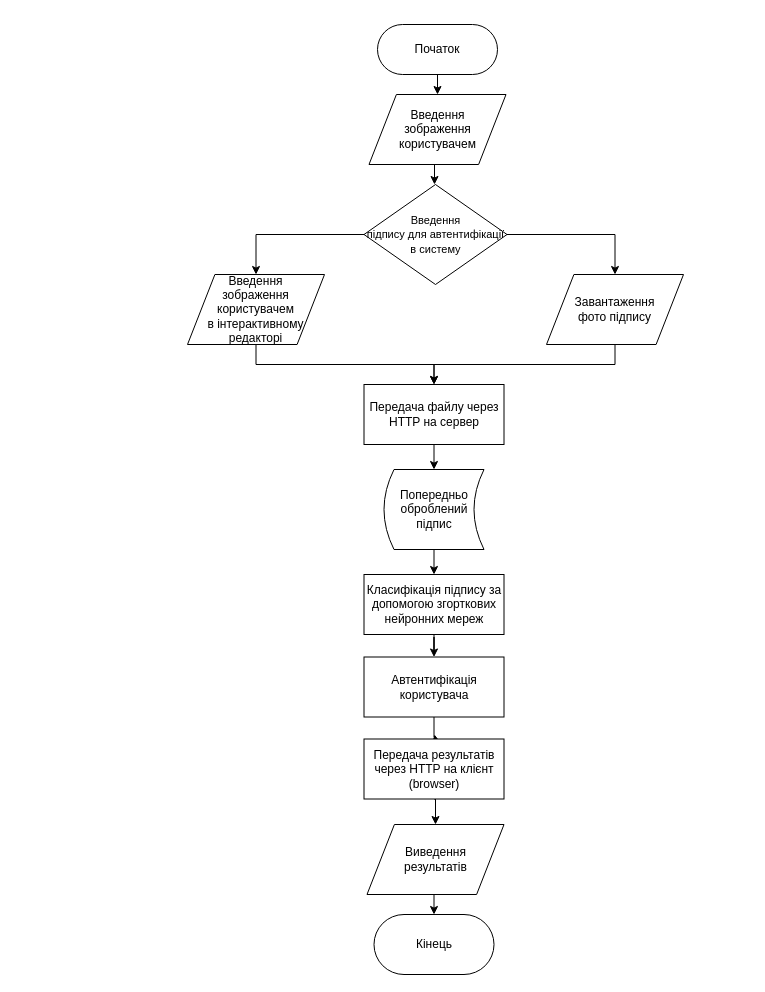
Pavlo-Olshansky/Python keeps this draw.io diagram as signature_lifecycle.drawio. Above is the earlier version. Source tidied: cells renumbered, new cells numbered last; positions are measured from the earlier drawing's top-left corner, leaving out a move shared by most shapes. Both pictures are drawn from the tidied source at 100%, with x=0, y=0 at pixel (187, 24).
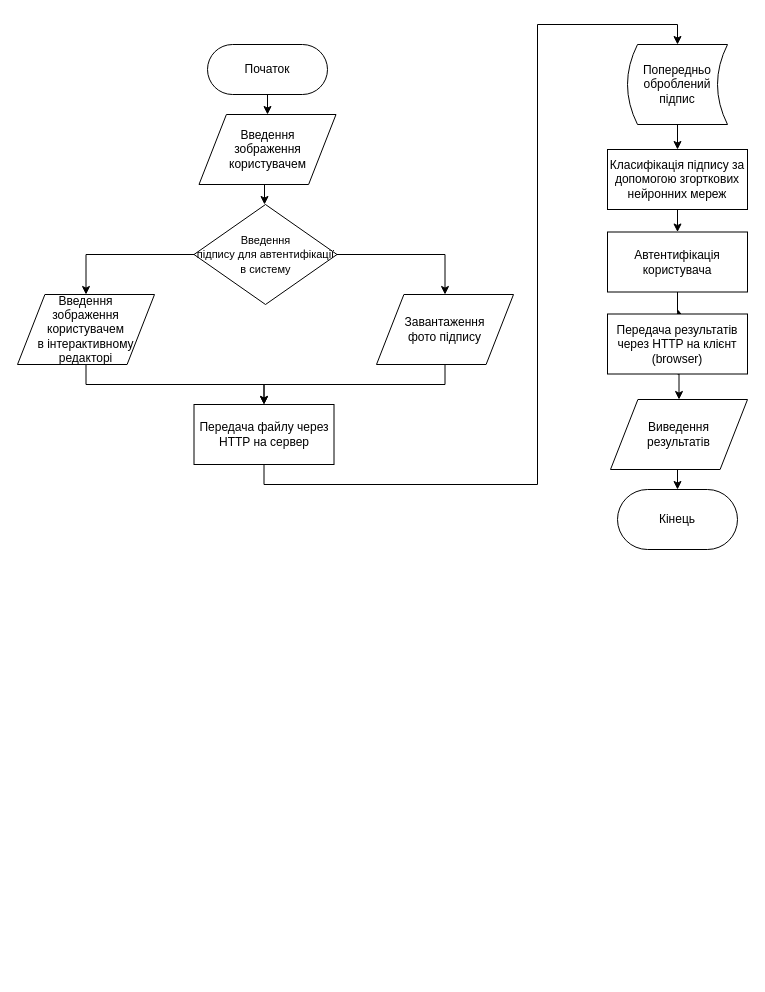
After the change.

What changed in the source:
```diff
@@
     <mxCell id="3" value="Попередньо оброблений підпис" style="shape=dataStorage;whiteSpace=wrap;html=1;" parent="1" vertex="1">
-      <mxGeometry x="196.5" y="445" width="100" height="80" as="geometry" />
+      <mxGeometry x="440" y="20" width="100" height="80" as="geometry" />
     </mxCell>
-    <mxCell id="4" style="edgeStyle=orthogonalEdgeStyle;rounded=0;jettySize=auto;html=1;exitX=0.5;exitY=1;exitDx=0;exitDy=0;entryX=0.5;entryY=0;entryDx=0;entryDy=0;" parent="1" edge="1" target="3">
+    <mxCell id="4" style="edgeStyle=orthogonalEdgeStyle;rounded=0;jettySize=auto;html=1;exitX=0.5;exitY=1;exitDx=0;exitDy=0;entryX=0.5;entryY=0;entryDx=0;entryDy=0;" parent="1" edge="1" source="19" target="3">
       <mxGeometry relative="1" as="geometry">
-        <mxPoint x="247" y="390" as="sourcePoint" />
+        <Array as="points">
+          <mxPoint x="77" y="460" />
+          <mxPoint x="350" y="460" />
+          <mxPoint x="350" />
+          <mxPoint x="490" />
+        </Array>
       </mxGeometry>
     </mxCell>
@@
     <mxCell id="6" value="Класифікація підпису за допомогою згорткових нейронних мереж" style="rounded=0;whiteSpace=wrap;html=1;" parent="1" vertex="1">
-      <mxGeometry x="176.5" y="550" width="140" height="60" as="geometry" />
+      <mxGeometry x="420" y="125" width="140" height="60" as="geometry" />
     </mxCell>
     <mxCell id="7" style="edgeStyle=orthogonalEdgeStyle;rounded=0;jettySize=auto;html=1;" parent="1" edge="1" source="8">
       <mxGeometry relative="1" as="geometry">
-        <mxPoint x="247" y="710" as="targetPoint" />
+        <mxPoint x="490.5" y="285" as="targetPoint" />
       </mxGeometry>
     </mxCell>
     <mxCell id="8" value="Автентифікація користувача" style="rounded=0;whiteSpace=wrap;html=1;" parent="1" vertex="1">
-      <mxGeometry x="176.5" y="632.5" width="140" height="60" as="geometry" />
+      <mxGeometry x="420" y="207.5" width="140" height="60" as="geometry" />
     </mxCell>
@@
     <mxCell id="10" value="Передача результатів через HTTP на клієнт (browser)" style="rounded=0;whiteSpace=wrap;html=1;" parent="1" vertex="1">
-      <mxGeometry x="176.5" y="714.5" width="140" height="60" as="geometry" />
+      <mxGeometry x="420" y="289.5" width="140" height="60" as="geometry" />
     </mxCell>
@@
     <mxCell id="12" value="Виведення&lt;br&gt;результатів" style="shape=parallelogram;perimeter=parallelogramPerimeter;whiteSpace=wrap;html=1;" parent="1" vertex="1">
-      <mxGeometry x="179.5" y="800" width="137" height="70" as="geometry" />
+      <mxGeometry x="423" y="375" width="137" height="70" as="geometry" />
     </mxCell>
     <mxCell id="13" style="edgeStyle=orthogonalEdgeStyle;rounded=0;orthogonalLoop=1;jettySize=auto;html=1;exitX=0.5;exitY=1;exitDx=0;exitDy=0;entryX=0.5;entryY=0;entryDx=0;entryDy=0;" parent="1" edge="1">
       <mxGeometry relative="1" as="geometry">
-        <mxPoint x="250" y="140" as="sourcePoint" />
-        <mxPoint x="247" y="160" as="targetPoint" />
+        <mxPoint x="80" y="160" as="sourcePoint" />
+        <mxPoint x="77" y="180" as="targetPoint" />
       </mxGeometry>
     </mxCell>
@@
     <mxCell id="15" value="Початок" style="rounded=1;whiteSpace=wrap;html=1;arcSize=50;" parent="1" vertex="1">
-      <mxGeometry x="190" width="120" height="50" as="geometry" />
+      <mxGeometry x="20" y="20" width="120" height="50" as="geometry" />
     </mxCell>
     <mxCell id="16" value="Кінець" style="rounded=1;whiteSpace=wrap;html=1;arcSize=50;" parent="1" vertex="1">
-      <mxGeometry x="186.5" y="890" width="120" height="60" as="geometry" />
+      <mxGeometry x="430" y="465" width="120" height="60" as="geometry" />
     </mxCell>
@@
     <mxCell id="18" value="Завантаження&lt;br&gt;фото підпису" style="shape=parallelogram;perimeter=parallelogramPerimeter;whiteSpace=wrap;html=1;" parent="1" vertex="1">
-      <mxGeometry x="359" y="250" width="137" height="70" as="geometry" />
+      <mxGeometry x="189" y="270" width="137" height="70" as="geometry" />
     </mxCell>
     <mxCell id="19" value="Передача файлу через HTTP на сервер" style="rounded=0;whiteSpace=wrap;html=1;" parent="1" vertex="1">
-      <mxGeometry x="176.5" y="360" width="140" height="60" as="geometry" />
+      <mxGeometry x="6.5" y="380" width="140" height="60" as="geometry" />
     </mxCell>
     <mxCell id="20" style="edgeStyle=orthogonalEdgeStyle;rounded=0;jettySize=auto;html=1;exitX=0.5;exitY=1;exitDx=0;exitDy=0;entryX=0.5;entryY=0;entryDx=0;entryDy=0;" parent="1" edge="1" source="21" target="19">
       <mxGeometry relative="1" as="geometry">
         <Array as="points">
-          <mxPoint x="69" y="340" />
-          <mxPoint x="247" y="340" />
+          <mxPoint x="-101" y="360" />
+          <mxPoint x="77" y="360" />
         </Array>
       </mxGeometry>
     </mxCell>
     <mxCell id="21" value="Введення&lt;br&gt;зображення користувачем&lt;br&gt;в інтерактивному&lt;br&gt;редакторі" style="shape=parallelogram;perimeter=parallelogramPerimeter;whiteSpace=wrap;html=1;" parent="1" vertex="1">
-      <mxGeometry y="250" width="137" height="70" as="geometry" />
+      <mxGeometry x="-170" y="270" width="137" height="70" as="geometry" />
     </mxCell>
     <mxCell id="22" value="Введення&lt;br&gt;зображення користувачем" style="shape=parallelogram;perimeter=parallelogramPerimeter;whiteSpace=wrap;html=1;" parent="1" vertex="1">
-      <mxGeometry x="181.5" y="70" width="137" height="70" as="geometry" />
+      <mxGeometry x="11.5" y="90" width="137" height="70" as="geometry" />
     </mxCell>
@@
     <mxCell id="25" value="&lt;font style=&quot;font-size: 11px&quot;&gt;Введення&lt;br&gt;підпису для автентифікації&lt;br&gt;в систему&lt;/font&gt;" style="rhombus;whiteSpace=wrap;html=1;" parent="1" vertex="1">
-      <mxGeometry x="176.5" y="160" width="143" height="100" as="geometry" />
+      <mxGeometry x="6.5" y="180" width="143" height="100" as="geometry" />
     </mxCell>
```
